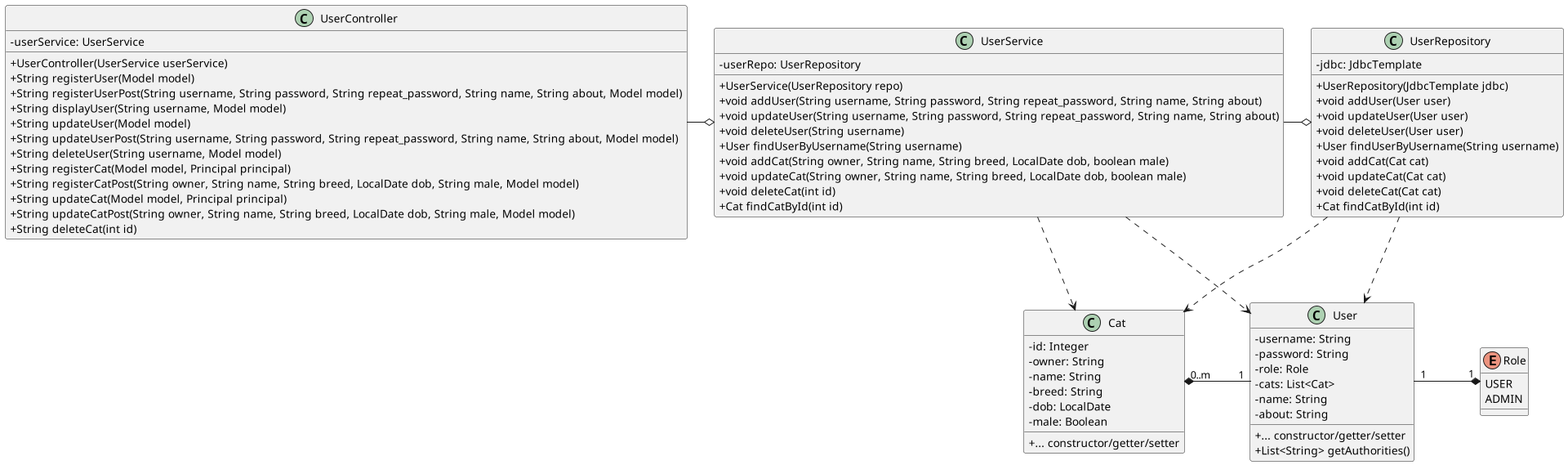
sofush/racekat keeps this PlantUML diagram as diagram/class-diagram.png. Above is the earlier version.
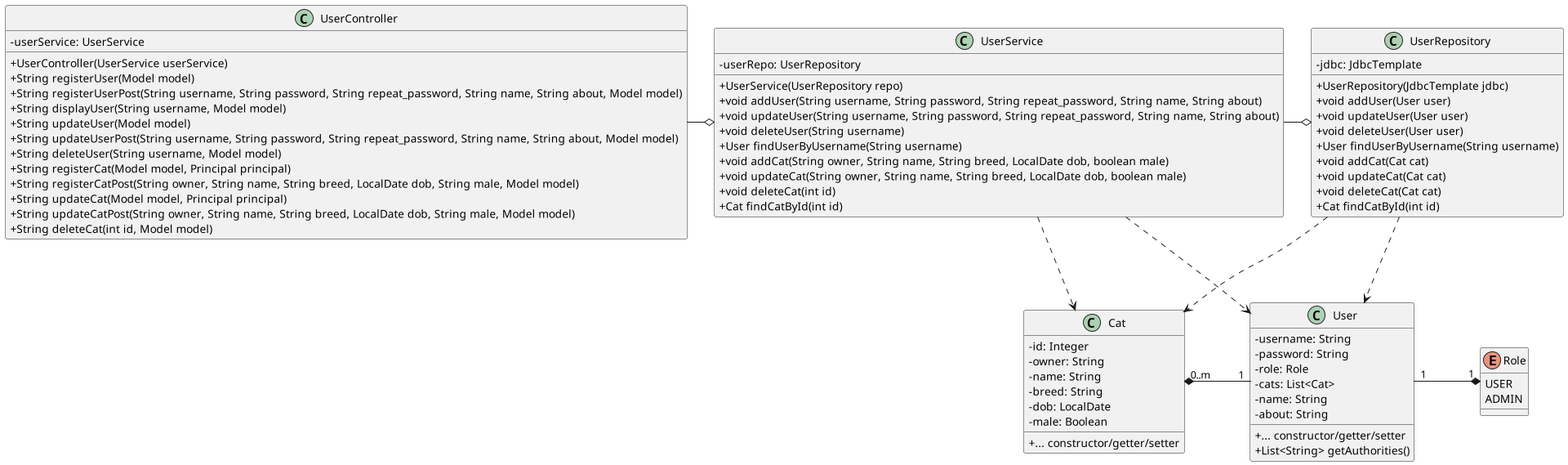
Above is the later version.

Commit message:
docs: update delete cat methods in class diagram

What changed in the source:
```diff
@@ -37,7 +37,7 @@
 	+ String registerCatPost(String owner, String name, String breed, LocalDate dob, String male, Model model)
 	+ String updateCat(Model model, Principal principal)
 	+ String updateCatPost(String owner, String name, String breed, LocalDate dob, String male, Model model)
-	+ String deleteCat(int id)
+	+ String deleteCat(int id, Model model)
 }
 class UserService {
 	- userRepo: UserRepository
```
